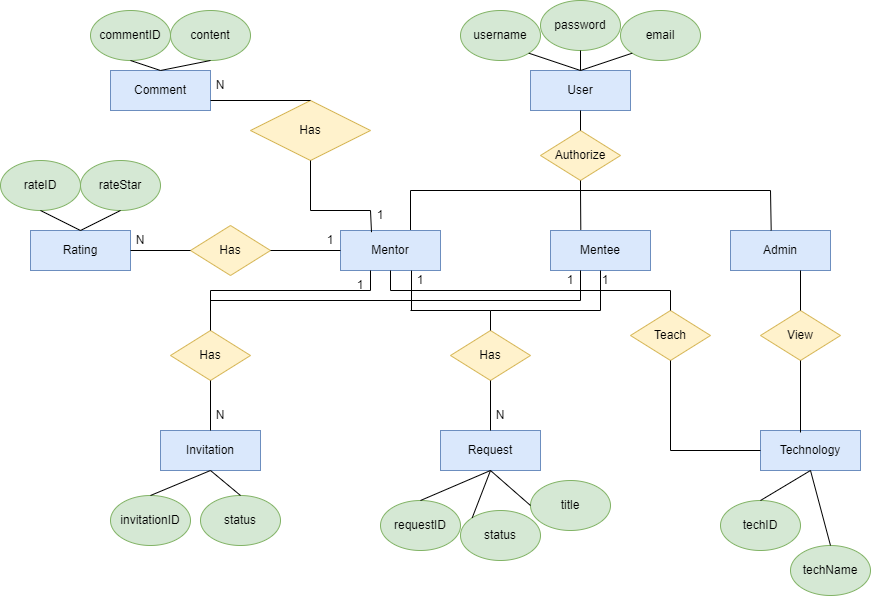
Earlier version of the draw.io export demoERD.drawio.png (dungdt23/SWP391_Document). Source tidied: cells renumbered, new cells last; positions are measured from the earlier drawing's top-left corner, leaving out a move shared by most shapes.
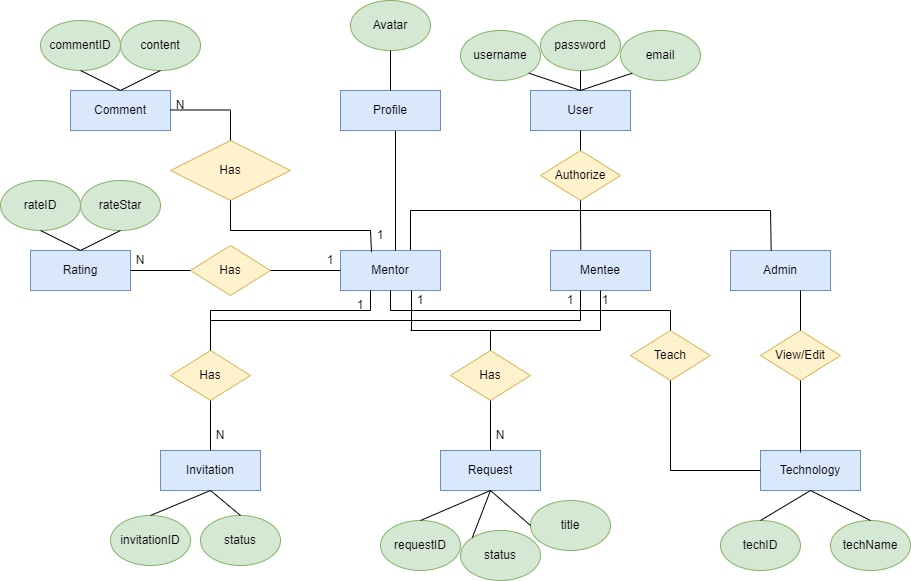
Above is the later version.

Change to the diagram source:
```diff
@@ -169,13 +169,13 @@
       </mxGeometry>
     </mxCell>
     <mxCell id="45" value="Comment" style="whiteSpace=wrap;html=1;align=center;fillColor=#dae8fc;strokeColor=#6c8ebf;" parent="1" vertex="1">
-      <mxGeometry x="110" y="70" width="100" height="40" as="geometry" />
+      <mxGeometry x="70" y="70" width="100" height="40" as="geometry" />
     </mxCell>
     <mxCell id="46" value="commentID" style="ellipse;whiteSpace=wrap;html=1;align=center;fillColor=#d5e8d4;strokeColor=#82b366;" parent="1" vertex="1">
-      <mxGeometry x="90" y="10" width="80" height="50" as="geometry" />
+      <mxGeometry x="40" width="80" height="50" as="geometry" />
     </mxCell>
     <mxCell id="47" value="content" style="ellipse;whiteSpace=wrap;html=1;align=center;fillColor=#d5e8d4;strokeColor=#82b366;" parent="1" vertex="1">
-      <mxGeometry x="170" y="10" width="80" height="50" as="geometry" />
+      <mxGeometry x="120" width="80" height="50" as="geometry" />
     </mxCell>
     <mxCell id="48" style="endArrow=none;html=1;rounded=0;entryX=0.5;entryY=1;entryDx=0;entryDy=0;exitX=0.5;exitY=0;exitDx=0;exitDy=0;" parent="1" edge="1" source="45" target="46">
       <mxGeometry relative="1" as="geometry" />
@@ -185,16 +185,16 @@
     </mxCell>
     <mxCell id="50" style="endArrow=none;html=1;rounded=0;" parent="1" edge="1">
       <mxGeometry relative="1" as="geometry">
-        <mxPoint x="310" y="210" as="sourcePoint" />
+        <mxPoint x="230" y="210" as="sourcePoint" />
         <mxPoint x="370" y="210" as="targetPoint" />
       </mxGeometry>
     </mxCell>
     <mxCell id="51" value="Has" style="shape=rhombus;perimeter=rhombusPerimeter;whiteSpace=wrap;html=1;align=center;fillColor=#fff2cc;strokeColor=#d6b656;" parent="1" vertex="1">
-      <mxGeometry x="250" y="100" width="120" height="60" as="geometry" />
+      <mxGeometry x="170" y="120" width="120" height="60" as="geometry" />
     </mxCell>
     <mxCell id="52" style="endArrow=none;html=1;rounded=0;entryX=0.5;entryY=1;entryDx=0;entryDy=0;" parent="1" edge="1" target="51">
       <mxGeometry relative="1" as="geometry">
-        <mxPoint x="310" y="210" as="sourcePoint" />
+        <mxPoint x="230" y="210" as="sourcePoint" />
       </mxGeometry>
     </mxCell>
     <mxCell id="53" style="endArrow=none;html=1;rounded=0;exitX=0.31;exitY=0.042;exitDx=0;exitDy=0;exitPerimeter=0;" parent="1" edge="1" source="14">
@@ -202,8 +202,10 @@
         <mxPoint x="370" y="210" as="targetPoint" />
       </mxGeometry>
     </mxCell>
-    <mxCell id="54" style="endArrow=none;html=1;rounded=0;entryX=1;entryY=0.75;entryDx=0;entryDy=0;exitX=0.5;exitY=0;exitDx=0;exitDy=0;entryPerimeter=0;" parent="1" edge="1" source="51" target="45">
-      <mxGeometry relative="1" as="geometry" />
+    <mxCell id="54" style="endArrow=none;html=1;rounded=0;exitX=0.5;exitY=0;exitDx=0;exitDy=0;" parent="1" edge="1" source="51">
+      <mxGeometry relative="1" as="geometry">
+        <mxPoint x="230" y="90" as="targetPoint" />
+      </mxGeometry>
     </mxCell>
     <mxCell id="55" value="Rating" style="whiteSpace=wrap;html=1;align=center;fillColor=#dae8fc;strokeColor=#6c8ebf;" parent="1" vertex="1">
       <mxGeometry x="30" y="230" width="100" height="40" as="geometry" />
@@ -236,7 +238,7 @@
       <mxGeometry x="720" y="500" width="80" height="50" as="geometry" />
     </mxCell>
     <mxCell id="65" value="techName" style="ellipse;whiteSpace=wrap;html=1;align=center;fillColor=#d5e8d4;strokeColor=#82b366;" parent="1" vertex="1">
-      <mxGeometry x="790" y="545" width="80" height="50" as="geometry" />
+      <mxGeometry x="830" y="500" width="80" height="50" as="geometry" />
     </mxCell>
     <mxCell id="66" style="endArrow=none;html=1;rounded=0;exitX=0.5;exitY=0;exitDx=0;exitDy=0;entryX=0.5;entryY=1;entryDx=0;entryDy=0;" parent="1" edge="1" source="64" target="63">
       <mxGeometry relative="1" as="geometry" />
@@ -244,7 +246,7 @@
     <mxCell id="67" style="endArrow=none;html=1;rounded=0;exitX=0.5;exitY=0;exitDx=0;exitDy=0;entryX=0.5;entryY=1;entryDx=0;entryDy=0;" parent="1" edge="1" source="65" target="63">
       <mxGeometry relative="1" as="geometry" />
     </mxCell>
-    <mxCell id="68" value="View" style="shape=rhombus;perimeter=rhombusPerimeter;whiteSpace=wrap;html=1;align=center;fillColor=#fff2cc;strokeColor=#d6b656;" parent="1" vertex="1">
+    <mxCell id="68" value="View/Edit" style="shape=rhombus;perimeter=rhombusPerimeter;whiteSpace=wrap;html=1;align=center;fillColor=#fff2cc;strokeColor=#d6b656;" parent="1" vertex="1">
       <mxGeometry x="760" y="310" width="80" height="50" as="geometry" />
     </mxCell>
     <mxCell id="69" style="endArrow=none;html=1;rounded=0;exitX=0.5;exitY=0;exitDx=0;exitDy=0;" parent="1" edge="1" source="68">
@@ -285,7 +287,7 @@
       </mxGeometry>
     </mxCell>
     <mxCell id="77" value="N" style="text;html=1;strokeColor=none;fillColor=none;align=center;verticalAlign=middle;whiteSpace=wrap;rounded=0;" parent="1" vertex="1">
-      <mxGeometry x="190" y="70" width="60" height="30" as="geometry" />
+      <mxGeometry x="150" y="70" width="60" height="30" as="geometry" />
     </mxCell>
     <mxCell id="78" value="1" style="text;html=1;strokeColor=none;fillColor=none;align=center;verticalAlign=middle;whiteSpace=wrap;rounded=0;" parent="1" vertex="1">
       <mxGeometry x="350" y="200" width="60" height="30" as="geometry" />
@@ -314,5 +316,27 @@
     <mxCell id="86" value="1" style="text;html=1;strokeColor=none;fillColor=none;align=center;verticalAlign=middle;whiteSpace=wrap;rounded=0;" parent="1" vertex="1">
       <mxGeometry x="575" y="265" width="60" height="30" as="geometry" />
     </mxCell>
+    <mxCell id="87" style="endArrow=none;html=1;rounded=0;exitX=1;exitY=0.75;exitDx=0;exitDy=0;" parent="1" edge="1">
+      <mxGeometry relative="1" as="geometry">
+        <mxPoint x="170" y="89.5" as="sourcePoint" />
+        <mxPoint x="230" y="89.5" as="targetPoint" />
+      </mxGeometry>
+    </mxCell>
+    <mxCell id="88" style="endArrow=none;html=1;rounded=0;entryX=0.75;entryY=1;entryDx=0;entryDy=0;" parent="1" edge="1" target="78">
+      <mxGeometry relative="1" as="geometry">
+        <mxPoint x="395" y="110" as="sourcePoint" />
+      </mxGeometry>
+    </mxCell>
+    <mxCell id="89" value="Profile" style="whiteSpace=wrap;html=1;align=center;fillColor=#dae8fc;strokeColor=#6c8ebf;" parent="1" vertex="1">
+      <mxGeometry x="340" y="70" width="100" height="40" as="geometry" />
+    </mxCell>
+    <mxCell id="90" value="Avatar" style="ellipse;whiteSpace=wrap;html=1;align=center;fillColor=#d5e8d4;strokeColor=#82b366;" parent="1" vertex="1">
+      <mxGeometry x="350" y="-20" width="80" height="50" as="geometry" />
+    </mxCell>
+    <mxCell id="91" style="endArrow=none;html=1;rounded=0;entryX=0.5;entryY=0;entryDx=0;entryDy=0;exitX=0.5;exitY=1;exitDx=0;exitDy=0;" parent="1" edge="1" source="90">
+      <mxGeometry relative="1" as="geometry">
+        <mxPoint x="390" y="70" as="targetPoint" />
+      </mxGeometry>
+    </mxCell>
   </root>
 </mxGraphModel>
```
